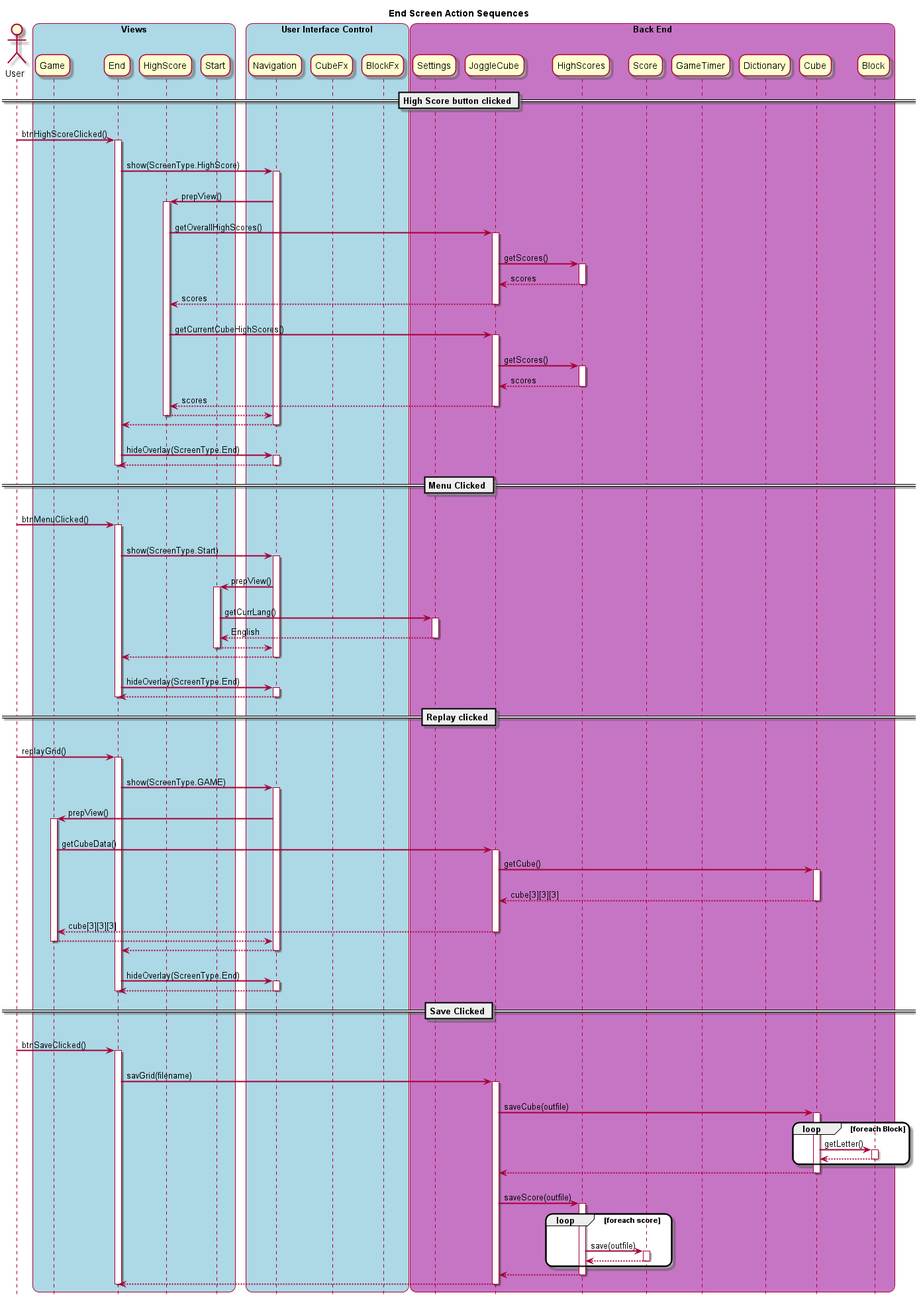
Above: docs/Sequence/End.png in rhys3010/JoggleCube (PlantUML), before the change.
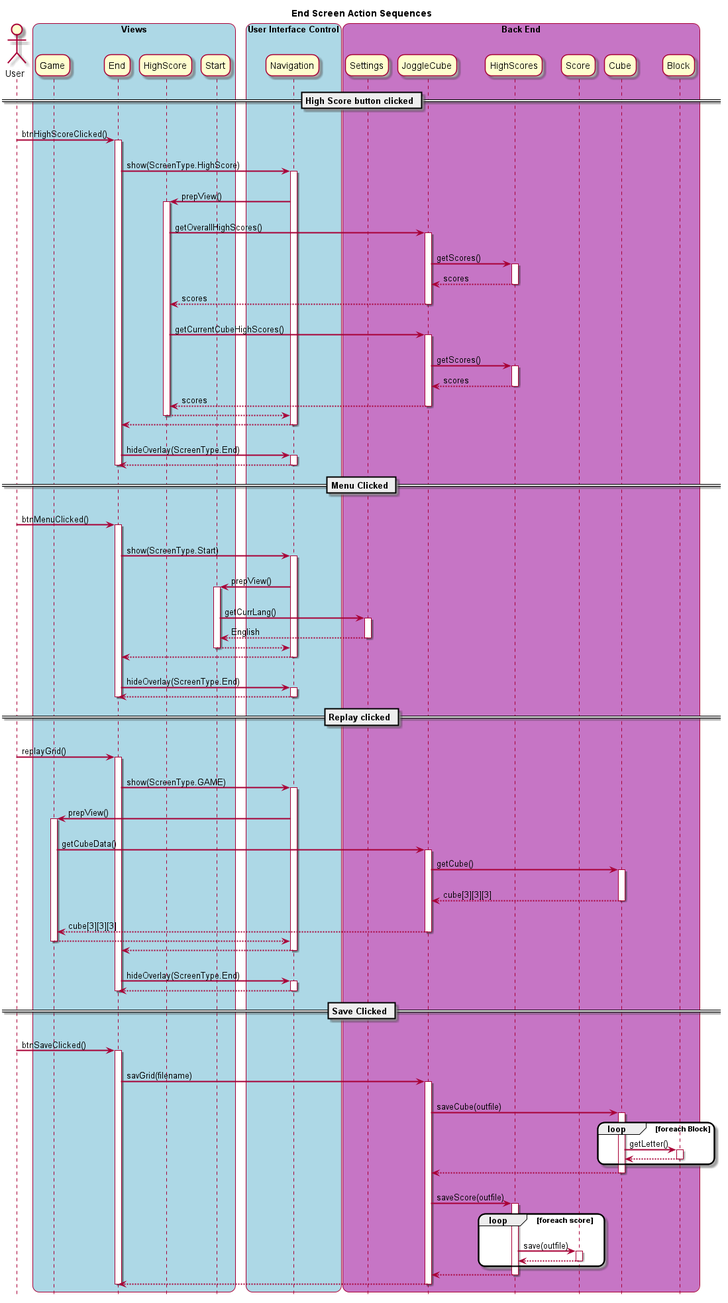
Later version of the same file.

Change to the diagram source:
```diff
@@ -21,8 +21,6 @@
 box "User Interface Control" #LightBlue
 
 participant Navigation
-participant CubeFx
-participant BlockFx
 
 
 end box
@@ -34,8 +32,6 @@
 participant JoggleCube
 participant HighScores
 participant Score
-participant GameTimer
-participant Dictionary
 participant Cube
 participant Block
 end box
```
